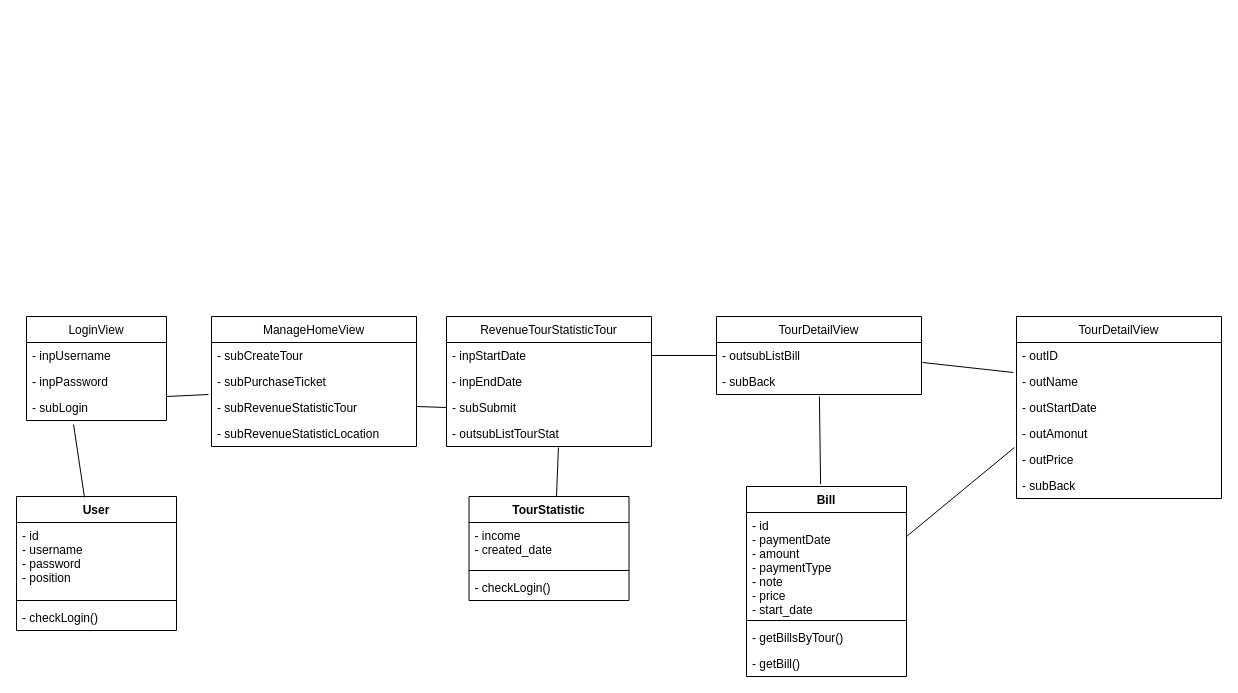
Above: bieudolop.drawio in thanhlongtld/classical_software_engineering (draw.io), before the change. Source tidied: cells renumbered, new cells numbered last; positions are measured from the earlier drawing's top-left corner, leaving out a move shared by most shapes. Both pictures are drawn from the tidied source at 100%, with x=0, y=0 at pixel (16, 316).
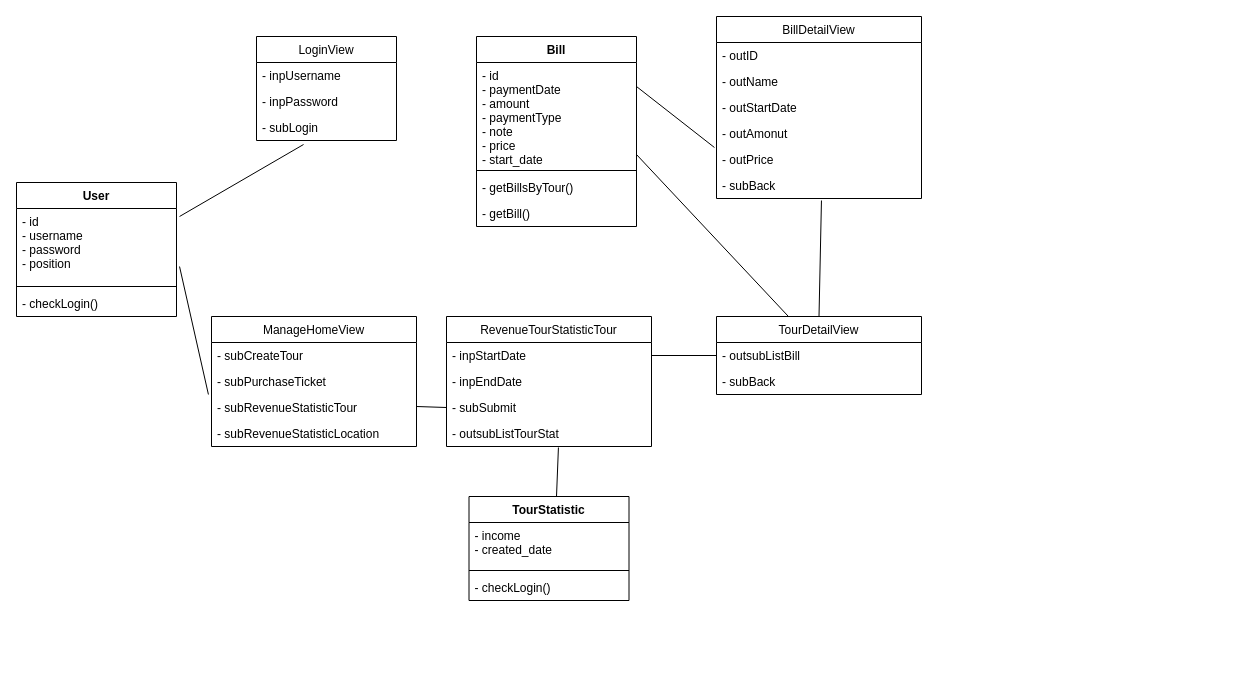
The same page after the edit.

The change refers to these unchanged cells:
```xml
<mxCell id="5" value="- subLogin" style="text;strokeColor=none;fillColor=none;align=left;verticalAlign=top;spacingLeft=4;spacingRight=4;overflow=hidden;points=[[0,0.5],[1,0.5]];portConstraint=eastwest;" parent="2" vertex="1">
  <mxGeometry y="78" width="140" height="26" as="geometry" />
</mxCell>
<mxCell id="7" value="- id&#10;- username&#10;- password&#10;- position" style="text;strokeColor=none;fillColor=none;align=left;verticalAlign=top;spacingLeft=4;spacingRight=4;overflow=hidden;points=[[0,0.5],[1,0.5]];portConstraint=eastwest;" parent="6" vertex="1">
  <mxGeometry y="26" width="160" height="74" as="geometry" />
</mxCell>
<mxCell id="14" value="- subRevenueStatisticTour" style="text;strokeColor=none;fillColor=none;align=left;verticalAlign=top;spacingLeft=4;spacingRight=4;overflow=hidden;points=[[0,0.5],[1,0.5]];portConstraint=eastwest;" parent="11" vertex="1">
  <mxGeometry y="78" width="205" height="26" as="geometry" />
</mxCell>
<mxCell id="28" value="TourDetailView" style="swimlane;fontStyle=0;horizontal=1;startSize=26;fillColor=none;" parent="1" vertex="1">
  <mxGeometry x="700" width="205" height="78" as="geometry" />
</mxCell>
<mxCell id="29" value="- outsubListBill" style="text;strokeColor=none;fillColor=none;align=left;verticalAlign=top;spacingLeft=4;spacingRight=4;overflow=hidden;points=[[0,0.5],[1,0.5]];portConstraint=eastwest;" parent="28" vertex="1">
  <mxGeometry y="26" width="205" height="26" as="geometry" />
</mxCell>
<mxCell id="30" value="- subBack" style="text;strokeColor=none;fillColor=none;align=left;verticalAlign=top;spacingLeft=4;spacingRight=4;overflow=hidden;points=[[0,0.5],[1,0.5]];portConstraint=eastwest;" parent="28" vertex="1">
  <mxGeometry y="52" width="205" height="26" as="geometry" />
</mxCell>
<mxCell id="33" value="- id&#10;- paymentDate&#10;- amount&#10;- paymentType&#10;- note&#10;- price&#10;- start_date" style="text;strokeColor=none;fillColor=none;align=left;verticalAlign=top;spacingLeft=4;spacingRight=4;overflow=hidden;points=[[0,0.5],[1,0.5]];portConstraint=eastwest;" parent="32" vertex="1">
  <mxGeometry y="26" width="160" height="104" as="geometry" />
</mxCell>
<mxCell id="39" value="- outID" style="text;strokeColor=none;fillColor=none;align=left;verticalAlign=top;spacingLeft=4;spacingRight=4;overflow=hidden;points=[[0,0.5],[1,0.5]];portConstraint=eastwest;" parent="38" vertex="1">
  <mxGeometry y="26" width="205" height="26" as="geometry" />
</mxCell>
<mxCell id="44" value="- subBack" style="text;strokeColor=none;fillColor=none;align=left;verticalAlign=top;spacingLeft=4;spacingRight=4;overflow=hidden;points=[[0,0.5],[1,0.5]];portConstraint=eastwest;" parent="38" vertex="1">
  <mxGeometry y="156" width="205" height="26" as="geometry" />
</mxCell>
```

The edit, as a diff of the source:
```diff
@@
     <mxCell id="2" value="LoginView" style="swimlane;fontStyle=0;horizontal=1;startSize=26;fillColor=none;" parent="1" vertex="1">
-      <mxGeometry x="10" width="140" height="104" as="geometry" />
+      <mxGeometry x="240" y="-280" width="140" height="104" as="geometry" />
     </mxCell>
@@
     <mxCell id="6" value="User" style="swimlane;fontStyle=1;align=center;verticalAlign=top;horizontal=1;startSize=26;" parent="1" vertex="1">
-      <mxGeometry y="180" width="160" height="134" as="geometry" />
+      <mxGeometry y="-134" width="160" height="134" as="geometry" />
     </mxCell>
@@
-    <mxCell id="10" style="endArrow=none;html=1;entryX=0.336;entryY=1.154;entryDx=0;entryDy=0;entryPerimeter=0;exitX=0.425;exitY=0.007;exitDx=0;exitDy=0;exitPerimeter=0;" parent="1" edge="1" source="6" target="5">
+    <mxCell id="10" style="endArrow=none;html=1;entryX=0.336;entryY=1.154;entryDx=0;entryDy=0;entryPerimeter=0;exitX=1.019;exitY=0.108;exitDx=0;exitDy=0;exitPerimeter=0;" parent="1" edge="1" source="7" target="5">
       <mxGeometry relative="1" as="geometry" />
     </mxCell>
@@
-    <mxCell id="26" style="endArrow=none;html=1;entryX=-0.015;entryY=0;entryDx=0;entryDy=0;entryPerimeter=0;" parent="1" edge="1" target="14">
-      <mxGeometry relative="1" as="geometry">
-        <mxPoint x="150" y="80" as="sourcePoint" />
-      </mxGeometry>
+    <mxCell id="26" style="endArrow=none;html=1;entryX=-0.015;entryY=0;entryDx=0;entryDy=0;entryPerimeter=0;exitX=1.019;exitY=0.784;exitDx=0;exitDy=0;exitPerimeter=0;" parent="1" edge="1" source="7" target="14">
+      <mxGeometry relative="1" as="geometry" />
     </mxCell>
@@
     <mxCell id="32" value="Bill" style="swimlane;fontStyle=1;align=center;verticalAlign=top;horizontal=1;startSize=26;" parent="1" vertex="1">
-      <mxGeometry x="730" y="170" width="160" height="190" as="geometry" />
+      <mxGeometry x="460" y="-280" width="160" height="190" as="geometry" />
     </mxCell>
@@
-    <mxCell id="37" style="endArrow=none;html=1;entryX=0.502;entryY=1.077;entryDx=0;entryDy=0;entryPerimeter=0;exitX=0.463;exitY=-0.012;exitDx=0;exitDy=0;exitPerimeter=0;" parent="1" edge="1" source="32" target="30">
+    <mxCell id="37" style="endArrow=none;html=1;entryX=0.351;entryY=0;entryDx=0;entryDy=0;entryPerimeter=0;exitX=1;exitY=0.885;exitDx=0;exitDy=0;exitPerimeter=0;" parent="1" edge="1" source="33" target="28">
       <mxGeometry relative="1" as="geometry" />
     </mxCell>
-    <mxCell id="38" value="TourDetailView" style="swimlane;fontStyle=0;horizontal=1;startSize=26;fillColor=none;" parent="1" vertex="1">
-      <mxGeometry x="1000" width="205" height="182" as="geometry" />
+    <mxCell id="38" value="BillDetailView" style="swimlane;fontStyle=0;horizontal=1;startSize=26;fillColor=none;" parent="1" vertex="1">
+      <mxGeometry x="700" y="-300" width="205" height="182" as="geometry" />
     </mxCell>
@@
-    <mxCell id="45" style="endArrow=none;html=1;entryX=-0.015;entryY=1.154;entryDx=0;entryDy=0;entryPerimeter=0;exitX=1.005;exitY=0.769;exitDx=0;exitDy=0;exitPerimeter=0;" parent="1" edge="1" source="29" target="39">
+    <mxCell id="45" style="endArrow=none;html=1;entryX=0.512;entryY=1.077;entryDx=0;entryDy=0;entryPerimeter=0;exitX=0.5;exitY=0;exitDx=0;exitDy=0;" parent="1" edge="1" source="28" target="44">
       <mxGeometry relative="1" as="geometry" />
     </mxCell>
```
